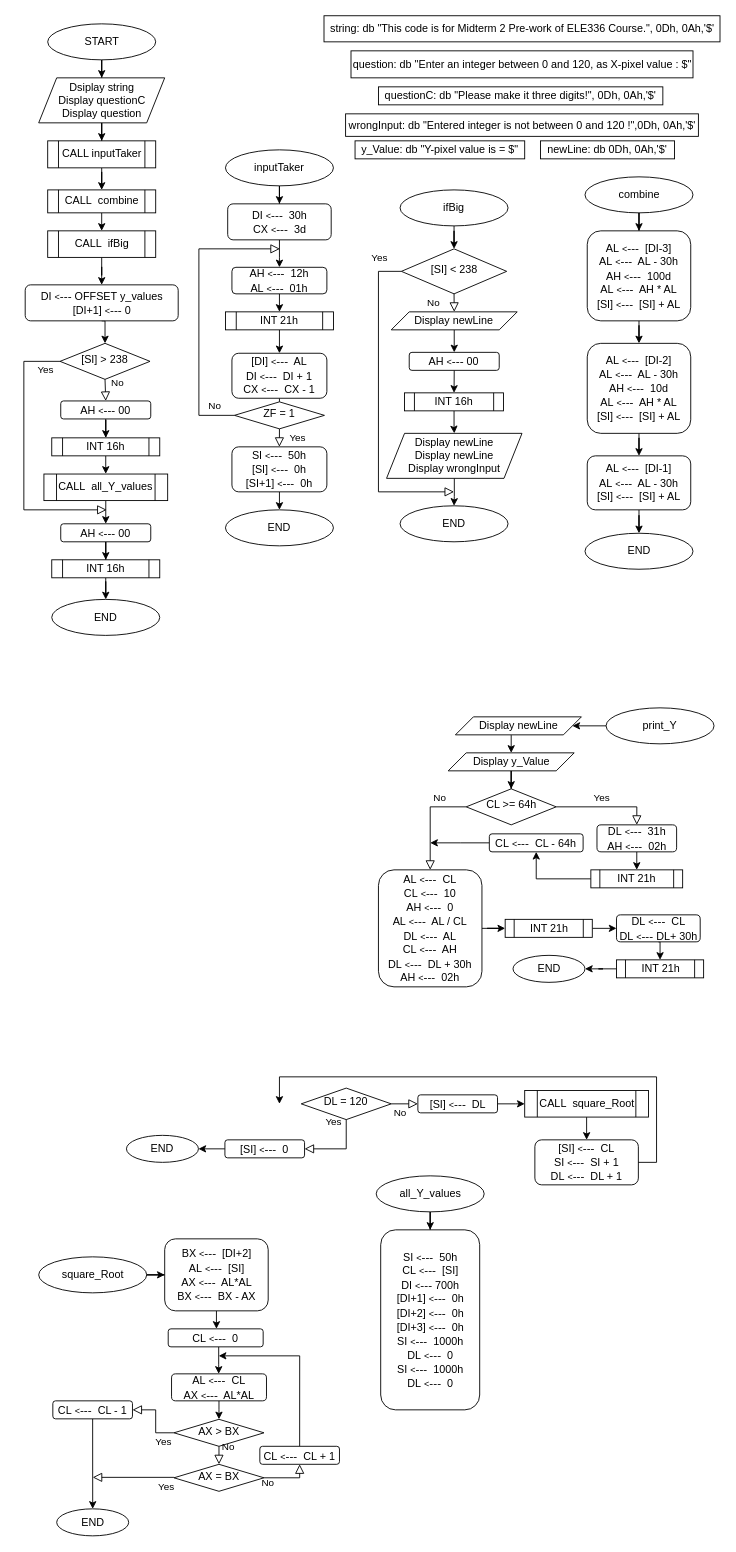
mmuurraatt/My-Projects-On-Github keeps this draw.io diagram as finalQ1.drawio. Above is the earlier version. Source tidied: cells renumbered, new cells numbered last; positions are measured from the earlier drawing's top-left corner, leaving out a move shared by most shapes. Both pictures are drawn from the tidied source at 90%, with x=0, y=0 at pixel (23, 15).
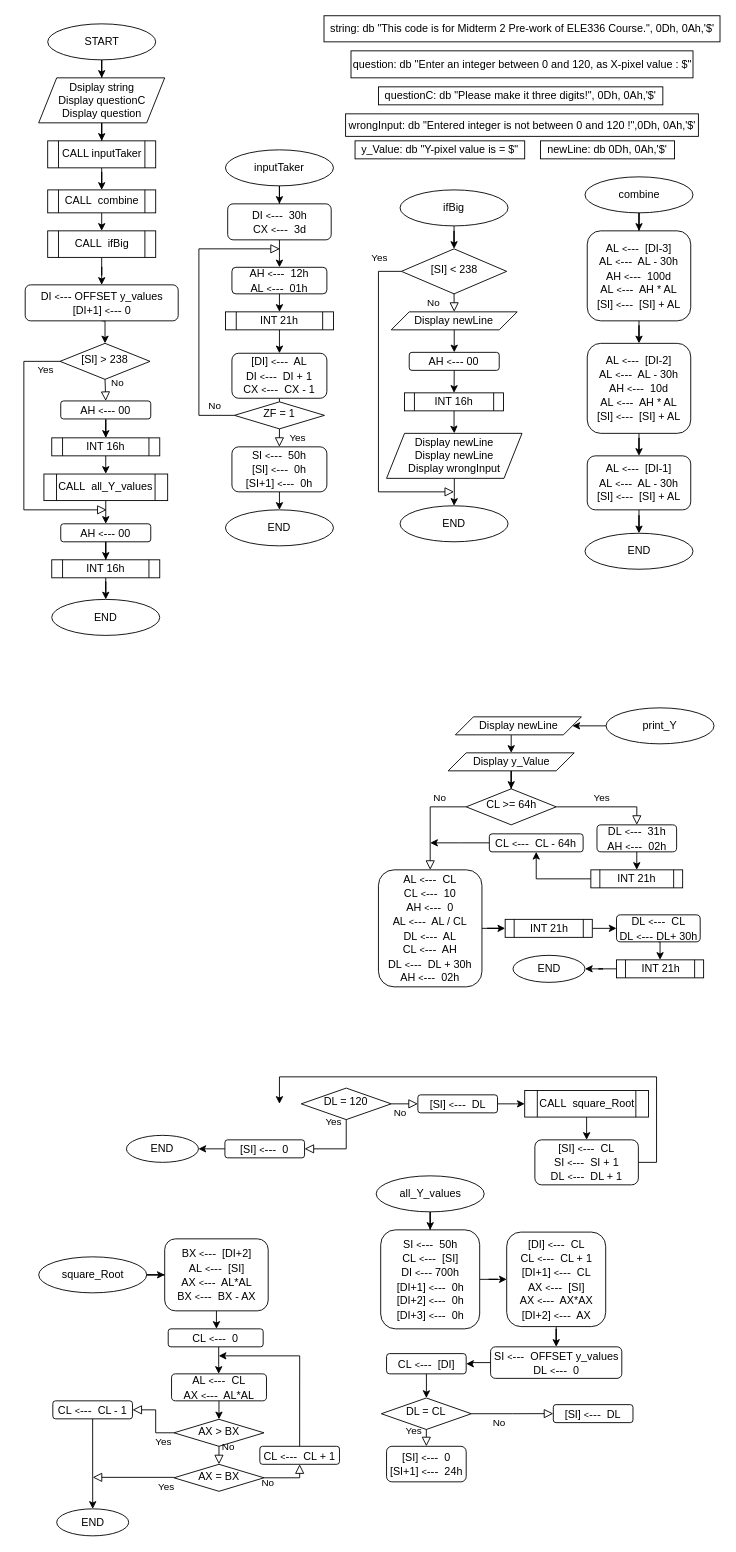
After the change.

What changed in the source:
```diff
@@
+    <mxCell id="133" style="edgeStyle=orthogonalEdgeStyle;rounded=0;jettySize=auto;html=1;" parent="1" edge="1" source="112" target="135">
+      <mxGeometry relative="1" as="geometry" />
+    </mxCell>
-    <mxCell id="112" value="SI&amp;nbsp;&lt;font style=&quot;font-size: 10px&quot;&gt;&amp;lt;&lt;/font&gt;&lt;font style=&quot;font-size: 13px&quot;&gt;---&lt;/font&gt;&amp;nbsp; 50h&lt;br&gt;CL&amp;nbsp;&lt;font style=&quot;font-size: 10px;&quot;&gt;&amp;lt;&lt;/font&gt;&lt;font style=&quot;font-size: 13px;&quot;&gt;---&lt;/font&gt;&amp;nbsp; [SI]&lt;br&gt;DI&amp;nbsp;&lt;font style=&quot;font-size: 10px&quot;&gt;&amp;lt;&lt;/font&gt;&lt;font style=&quot;font-size: 13px&quot;&gt;---&lt;/font&gt;&amp;nbsp;700h&lt;br&gt;[DI+1]&amp;nbsp;&lt;font style=&quot;font-size: 10px;&quot;&gt;&amp;lt;&lt;/font&gt;&lt;font style=&quot;font-size: 13px;&quot;&gt;---&lt;/font&gt;&amp;nbsp; 0h&lt;br&gt;[DI+2]&amp;nbsp;&lt;font style=&quot;font-size: 10px;&quot;&gt;&amp;lt;&lt;/font&gt;&lt;font style=&quot;font-size: 13px;&quot;&gt;---&lt;/font&gt;&amp;nbsp; 0h&lt;br&gt;[DI+3]&amp;nbsp;&lt;font style=&quot;font-size: 10px;&quot;&gt;&amp;lt;&lt;/font&gt;&lt;font style=&quot;font-size: 13px;&quot;&gt;---&lt;/font&gt;&amp;nbsp; 0h&lt;br&gt;SI&amp;nbsp;&lt;font style=&quot;font-size: 10px;&quot;&gt;&amp;lt;&lt;/font&gt;&lt;font style=&quot;font-size: 13px;&quot;&gt;---&lt;/font&gt;&amp;nbsp; 1000h&lt;br&gt;DL&amp;nbsp;&lt;font style=&quot;font-size: 10px;&quot;&gt;&amp;lt;&lt;/font&gt;&lt;font style=&quot;font-size: 13px;&quot;&gt;---&lt;/font&gt;&amp;nbsp; 0&lt;br&gt;SI&amp;nbsp;&lt;font style=&quot;font-size: 10px;&quot;&gt;&amp;lt;&lt;/font&gt;&lt;font style=&quot;font-size: 13px;&quot;&gt;---&lt;/font&gt;&amp;nbsp; 1000h&lt;br&gt;DL&amp;nbsp;&lt;font style=&quot;font-size: 10px;&quot;&gt;&amp;lt;&lt;/font&gt;&lt;font style=&quot;font-size: 13px;&quot;&gt;---&lt;/font&gt;&amp;nbsp; 0" style="rounded=1;whiteSpace=wrap;html=1;fontSize=12;glass=0;strokeWidth=1;shadow=0;" parent="1" vertex="1">
-      <mxGeometry x="396.5" y="1349" width="110" height="200" as="geometry" />
+    <mxCell id="112" value="SI&amp;nbsp;&lt;font style=&quot;font-size: 10px&quot;&gt;&amp;lt;&lt;/font&gt;&lt;font style=&quot;font-size: 13px&quot;&gt;---&lt;/font&gt;&amp;nbsp; 50h&lt;br&gt;CL&amp;nbsp;&lt;font style=&quot;font-size: 10px;&quot;&gt;&amp;lt;&lt;/font&gt;&lt;font style=&quot;font-size: 13px;&quot;&gt;---&lt;/font&gt;&amp;nbsp; [SI]&lt;br&gt;DI&amp;nbsp;&lt;font style=&quot;font-size: 10px&quot;&gt;&amp;lt;&lt;/font&gt;&lt;font style=&quot;font-size: 13px&quot;&gt;---&lt;/font&gt;&amp;nbsp;700h&lt;br&gt;[DI+1]&amp;nbsp;&lt;font style=&quot;font-size: 10px;&quot;&gt;&amp;lt;&lt;/font&gt;&lt;font style=&quot;font-size: 13px;&quot;&gt;---&lt;/font&gt;&amp;nbsp; 0h&lt;br&gt;[DI+2]&amp;nbsp;&lt;font style=&quot;font-size: 10px;&quot;&gt;&amp;lt;&lt;/font&gt;&lt;font style=&quot;font-size: 13px;&quot;&gt;---&lt;/font&gt;&amp;nbsp; 0h&lt;br&gt;[DI+3]&amp;nbsp;&lt;font style=&quot;font-size: 10px;&quot;&gt;&amp;lt;&lt;/font&gt;&lt;font style=&quot;font-size: 13px;&quot;&gt;---&lt;/font&gt;&amp;nbsp; 0h&lt;br&gt;" style="rounded=1;whiteSpace=wrap;html=1;fontSize=12;glass=0;strokeWidth=1;shadow=0;" parent="1" vertex="1">
+      <mxGeometry x="396.5" y="1349" width="110" height="110" as="geometry" />
     </mxCell>
@@
+    <mxCell id="134" style="edgeStyle=orthogonalEdgeStyle;rounded=0;jettySize=auto;html=1;" parent="1" edge="1" source="135" target="137">
+      <mxGeometry relative="1" as="geometry" />
+    </mxCell>
+    <mxCell id="135" value="[DI]&amp;nbsp;&lt;font style=&quot;font-size: 10px;&quot;&gt;&amp;lt;&lt;/font&gt;&lt;font style=&quot;font-size: 13px;&quot;&gt;---&lt;/font&gt;&amp;nbsp; CL&lt;br&gt;CL&amp;nbsp;&lt;font style=&quot;font-size: 10px;&quot;&gt;&amp;lt;&lt;/font&gt;&lt;font style=&quot;font-size: 13px;&quot;&gt;---&lt;/font&gt;&amp;nbsp; CL + 1&lt;br&gt;[DI+1]&amp;nbsp;&lt;font style=&quot;font-size: 10px;&quot;&gt;&amp;lt;&lt;/font&gt;&lt;font style=&quot;font-size: 13px;&quot;&gt;---&lt;/font&gt;&amp;nbsp; CL&lt;br&gt;AX&amp;nbsp;&lt;font style=&quot;font-size: 10px;&quot;&gt;&amp;lt;&lt;/font&gt;&lt;font style=&quot;font-size: 13px;&quot;&gt;---&lt;/font&gt;&amp;nbsp; [SI]&lt;br&gt;AX&amp;nbsp;&lt;font style=&quot;font-size: 10px;&quot;&gt;&amp;lt;&lt;/font&gt;&lt;font style=&quot;font-size: 13px;&quot;&gt;---&lt;/font&gt;&amp;nbsp; AX*AX&lt;br&gt;[DI+2]&amp;nbsp;&lt;font style=&quot;font-size: 10px;&quot;&gt;&amp;lt;&lt;/font&gt;&lt;font style=&quot;font-size: 13px;&quot;&gt;---&lt;/font&gt;&amp;nbsp; AX" style="rounded=1;whiteSpace=wrap;html=1;fontSize=12;glass=0;strokeWidth=1;shadow=0;" parent="1" vertex="1">
+      <mxGeometry x="536.5" y="1351.5" width="110" height="105" as="geometry" />
+    </mxCell>
+    <mxCell id="136" style="edgeStyle=orthogonalEdgeStyle;rounded=0;jettySize=auto;html=1;" parent="1" edge="1" source="137" target="139">
+      <mxGeometry relative="1" as="geometry" />
+    </mxCell>
+    <mxCell id="137" value="SI&amp;nbsp;&lt;font style=&quot;font-size: 10px;&quot;&gt;&amp;lt;&lt;/font&gt;&lt;font style=&quot;font-size: 13px;&quot;&gt;---&lt;/font&gt;&amp;nbsp; OFFSET y_values&lt;br&gt;DL&amp;nbsp;&lt;font style=&quot;font-size: 10px;&quot;&gt;&amp;lt;&lt;/font&gt;&lt;font style=&quot;font-size: 13px;&quot;&gt;---&lt;/font&gt;&amp;nbsp; 0" style="rounded=1;whiteSpace=wrap;html=1;fontSize=12;glass=0;strokeWidth=1;shadow=0;" parent="1" vertex="1">
+      <mxGeometry x="518.6" y="1479" width="145.8" height="35" as="geometry" />
+    </mxCell>
+    <mxCell id="138" style="edgeStyle=orthogonalEdgeStyle;rounded=0;jettySize=auto;html=1;entryX=0.5;entryY=0;entryDx=0;entryDy=0;" parent="1" edge="1" source="139" target="140">
+      <mxGeometry relative="1" as="geometry" />
+    </mxCell>
+    <mxCell id="139" value="CL&amp;nbsp;&lt;font style=&quot;font-size: 10px&quot;&gt;&amp;lt;&lt;/font&gt;&lt;font style=&quot;font-size: 13px&quot;&gt;---&lt;/font&gt;&amp;nbsp; [DI]" style="rounded=1;whiteSpace=wrap;html=1;fontSize=12;glass=0;strokeWidth=1;shadow=0;" parent="1" vertex="1">
+      <mxGeometry x="403" y="1486.5" width="88.5" height="22.5" as="geometry" />
+    </mxCell>
+    <mxCell id="140" value="DL = CL" style="rhombus;whiteSpace=wrap;html=1;shadow=0;fontFamily=Helvetica;fontSize=12;align=center;strokeWidth=1;spacing=6;spacingTop=-4;" parent="1" vertex="1">
+      <mxGeometry x="397.2" y="1535.8" width="100" height="35" as="geometry" />
+    </mxCell>
+    <mxCell id="141" value="No" style="rounded=0;html=1;jettySize=auto;fontSize=11;endArrow=block;endFill=0;endSize=8;strokeWidth=1;shadow=0;labelBackgroundColor=none;edgeStyle=orthogonalEdgeStyle;exitX=1;exitY=0.5;exitDx=0;exitDy=0;entryX=0;entryY=0.5;entryDx=0;entryDy=0;" parent="1" edge="1" source="140" target="142">
+      <mxGeometry x="-0.31" y="-10" relative="1" as="geometry" />
+    </mxCell>
+    <mxCell id="142" value="[SI]&amp;nbsp;&lt;font style=&quot;font-size: 10px&quot;&gt;&amp;lt;&lt;/font&gt;&lt;font style=&quot;font-size: 13px&quot;&gt;---&lt;/font&gt;&amp;nbsp; DL" style="rounded=1;whiteSpace=wrap;html=1;fontSize=12;glass=0;strokeWidth=1;shadow=0;" parent="1" vertex="1">
+      <mxGeometry x="588.3" y="1543.2" width="88.5" height="20" as="geometry" />
+    </mxCell>
+    <mxCell id="143" value="Yes" style="rounded=0;html=1;jettySize=auto;fontSize=11;endArrow=block;endFill=0;endSize=8;strokeWidth=1;shadow=0;labelBackgroundColor=none;edgeStyle=orthogonalEdgeStyle;exitX=0.5;exitY=1;exitDx=0;exitDy=0;entryX=0.5;entryY=0;entryDx=0;entryDy=0;" parent="1" edge="1" source="140" target="144">
+      <mxGeometry x="-0.94" y="-14" relative="1" as="geometry">
+        <Array as="points">
+          <mxPoint x="447" y="1579" />
+          <mxPoint x="447" y="1579" />
+        </Array>
+      </mxGeometry>
+    </mxCell>
+    <mxCell id="144" value="[SI]&amp;nbsp;&lt;font style=&quot;font-size: 10px&quot;&gt;&amp;lt;&lt;/font&gt;&lt;font style=&quot;font-size: 13px&quot;&gt;---&lt;/font&gt;&amp;nbsp; 0&lt;br&gt;[SI+1]&amp;nbsp;&lt;font style=&quot;font-size: 10px;&quot;&gt;&amp;lt;&lt;/font&gt;&lt;font style=&quot;font-size: 13px;&quot;&gt;---&lt;/font&gt;&amp;nbsp; 24h" style="rounded=1;whiteSpace=wrap;html=1;fontSize=12;glass=0;strokeWidth=1;shadow=0;" parent="1" vertex="1">
+      <mxGeometry x="403" y="1589.5" width="88.5" height="39.5" as="geometry" />
+    </mxCell>
```
